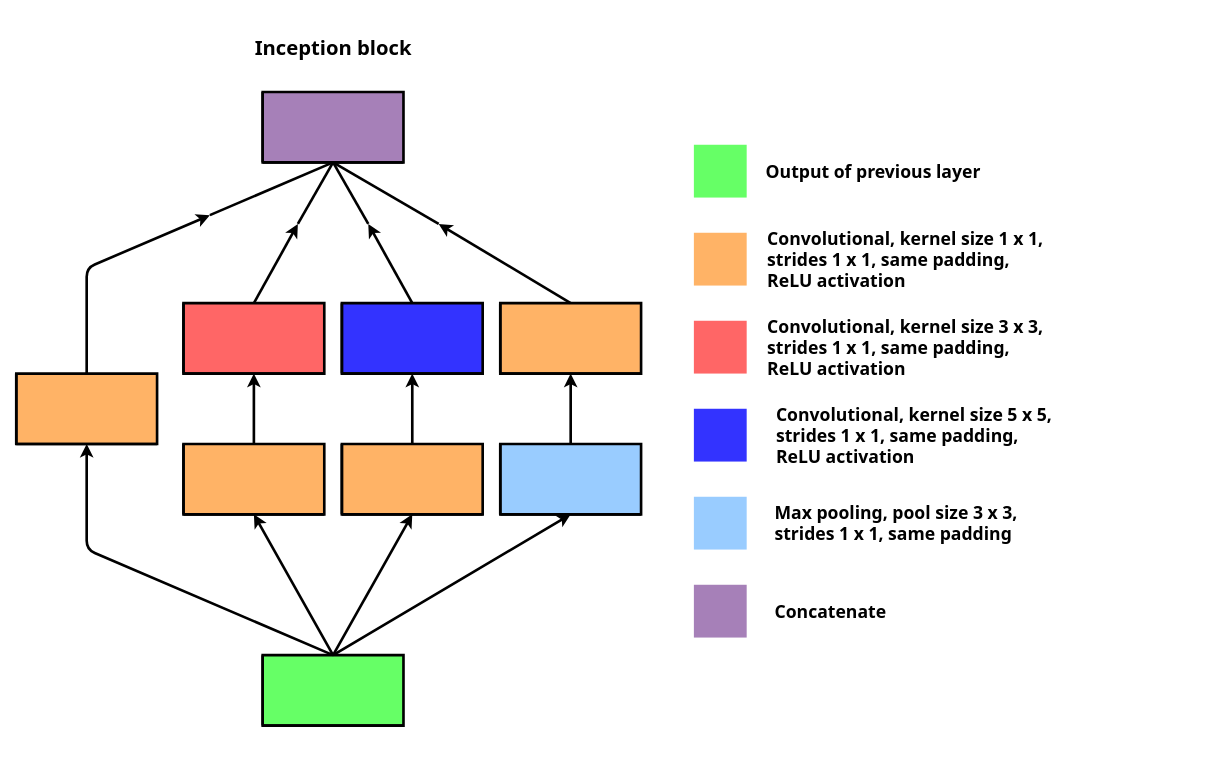
Earlier version of the draw.io diagram models/Phase classifiers/plots/architecture diagrams/inception_block.drawio (jjheaton99/Liquid-Crystals-DL). Source tidied: cells renumbered, new cells numbered last; positions are measured from the earlier drawing's top-left corner, leaving out a move shared by most shapes. Both pictures are drawn from the tidied source at 88%, with x=0, y=0 at pixel (16, 39).
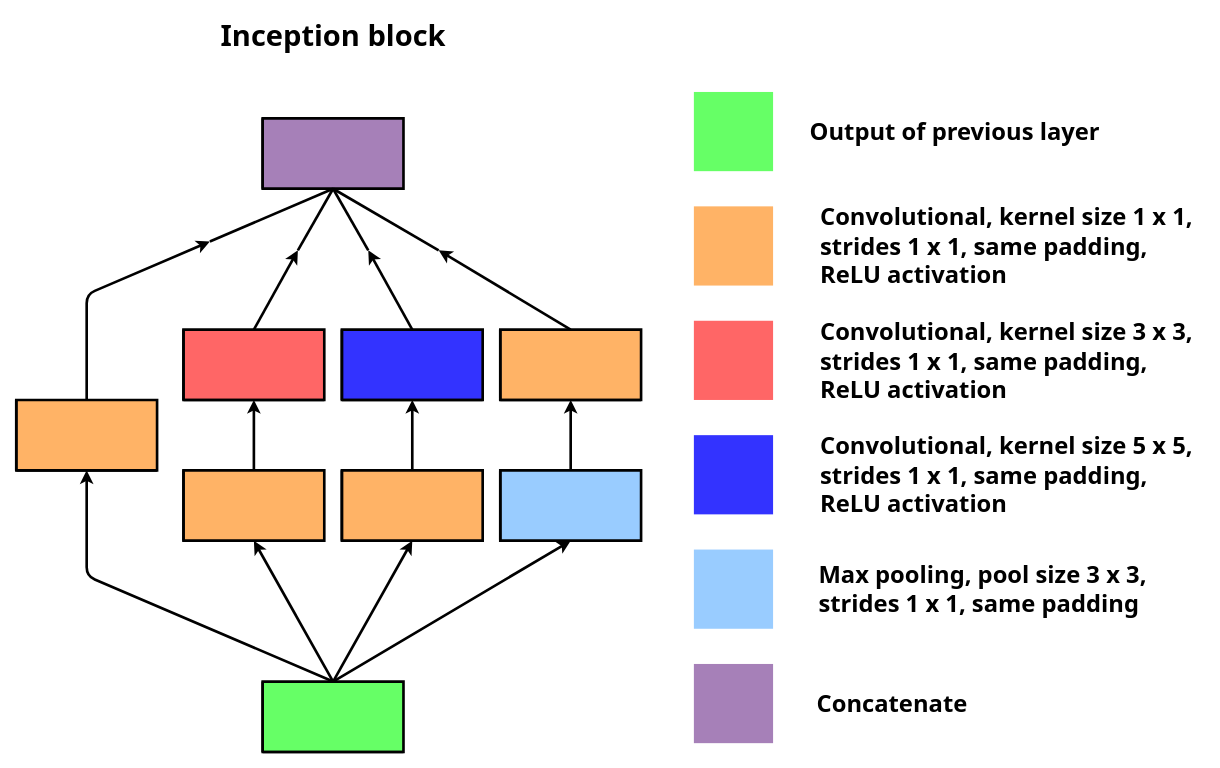
After the change.

What changed in the source:
```diff
@@
     <mxCell id="2" style="rounded=0;whiteSpace=wrap;html=1;strokeWidth=3;strokeColor=none;fillColor=#FF6666;" parent="1" vertex="1">
-      <mxGeometry x="770" y="320" width="60" height="60" as="geometry" />
+      <mxGeometry x="770" y="320" width="90" height="90" as="geometry" />
     </mxCell>
     <mxCell id="3" style="rounded=0;whiteSpace=wrap;html=1;strokeWidth=3;fillColor=#66FF66;strokeColor=none;" parent="1" vertex="1">
-      <mxGeometry x="770" y="120" width="60" height="60" as="geometry" />
+      <mxGeometry x="770" y="60" width="90" height="90" as="geometry" />
     </mxCell>
     <mxCell id="4" style="rounded=0;whiteSpace=wrap;html=1;strokeWidth=3;strokeColor=none;fillColor=#A680B8;" parent="1" vertex="1">
-      <mxGeometry x="770" y="620" width="60" height="60" as="geometry" />
+      <mxGeometry x="770" y="710" width="90" height="90" as="geometry" />
     </mxCell>
     <mxCell id="5" style="rounded=0;whiteSpace=wrap;html=1;strokeWidth=3;strokeColor=none;fillColor=#99CCFF;" parent="1" vertex="1">
-      <mxGeometry x="770" y="520" width="60" height="60" as="geometry" />
+      <mxGeometry x="770" y="580" width="90" height="90" as="geometry" />
     </mxCell>
     <mxCell id="6" style="rounded=0;whiteSpace=wrap;html=1;strokeWidth=3;strokeColor=none;fillColor=#3333FF;" parent="1" vertex="1">
-      <mxGeometry x="770" y="420" width="60" height="60" as="geometry" />
+      <mxGeometry x="770" y="450" width="90" height="90" as="geometry" />
     </mxCell>
     <mxCell id="7" style="rounded=0;whiteSpace=wrap;html=1;strokeWidth=3;strokeColor=none;fillColor=#FFB366;" parent="1" vertex="1">
-      <mxGeometry x="770" y="220" width="60" height="60" as="geometry" />
+      <mxGeometry x="770" y="190" width="90" height="90" as="geometry" />
     </mxCell>
-    <mxCell id="8" value="&lt;font face=&quot;Tahoma&quot;&gt;&lt;span style=&quot;font-size: 20px&quot;&gt;&lt;b&gt;Output of previous layer&lt;/b&gt;&lt;/span&gt;&lt;/font&gt;" style="text;html=1;align=left;verticalAlign=middle;" parent="1" vertex="1">
-      <mxGeometry x="850" y="140" width="260" height="20" as="geometry" />
+    <mxCell id="8" value="&lt;font face=&quot;Tahoma&quot; size=&quot;1&quot;&gt;&lt;b style=&quot;font-size: 27px&quot;&gt;Output of previous layer&lt;/b&gt;&lt;/font&gt;" style="text;html=1;align=left;verticalAlign=middle;" parent="1" vertex="1">
+      <mxGeometry x="900" y="90" width="340" height="30" as="geometry" />
     </mxCell>
-    <mxCell id="9" value="&lt;div style=&quot;text-align: left&quot;&gt;&lt;b style=&quot;font-size: 20px ; font-family: &amp;#34;tahoma&amp;#34;&quot;&gt;Convolutional, kernel size 3 x 3,&lt;/b&gt;&lt;/div&gt;&lt;font face=&quot;Tahoma&quot;&gt;&lt;div style=&quot;text-align: left&quot;&gt;&lt;b style=&quot;font-size: 20px&quot;&gt;strides 1 x 1, same padding,&amp;nbsp;&lt;/b&gt;&lt;/div&gt;&lt;div style=&quot;text-align: left&quot;&gt;&lt;b style=&quot;font-size: 20px&quot;&gt;ReLU activation&lt;/b&gt;&lt;/div&gt;&lt;/font&gt;" style="text;html=1;align=center;verticalAlign=middle;" parent="1" vertex="1">
-      <mxGeometry x="840" y="320" width="340" height="60" as="geometry" />
+    <mxCell id="9" value="&lt;div style=&quot;text-align: left ; font-size: 27px&quot;&gt;&lt;b style=&quot;font-family: &amp;#34;tahoma&amp;#34;&quot;&gt;&lt;font style=&quot;font-size: 27px&quot;&gt;Convolutional, kernel size 3 x 3,&lt;/font&gt;&lt;/b&gt;&lt;/div&gt;&lt;font face=&quot;Tahoma&quot; style=&quot;font-size: 27px&quot;&gt;&lt;div style=&quot;text-align: left&quot;&gt;&lt;b&gt;strides 1 x 1, same padding,&amp;nbsp;&lt;/b&gt;&lt;/div&gt;&lt;div style=&quot;text-align: left&quot;&gt;&lt;b&gt;ReLU activation&lt;/b&gt;&lt;/div&gt;&lt;/font&gt;" style="text;html=1;align=center;verticalAlign=middle;" parent="1" vertex="1">
+      <mxGeometry x="900" y="340" width="450" height="50" as="geometry" />
     </mxCell>
-    <mxCell id="10" value="&lt;font face=&quot;Tahoma&quot;&gt;&lt;span style=&quot;font-size: 20px&quot;&gt;&lt;b&gt;Max pooling, pool size 3 x 3, &lt;br&gt;strides 1 x 1, same padding&amp;nbsp;&lt;/b&gt;&lt;/span&gt;&lt;/font&gt;" style="text;html=1;align=left;verticalAlign=middle;" parent="1" vertex="1">
-      <mxGeometry x="860" y="530" width="300" height="40" as="geometry" />
+    <mxCell id="10" value="&lt;font face=&quot;Tahoma&quot;&gt;&lt;span style=&quot;font-size: 27px&quot;&gt;&lt;b&gt;Max pooling, pool size 3 x 3, &lt;br&gt;strides 1 x 1, same padding&amp;nbsp;&lt;/b&gt;&lt;/span&gt;&lt;/font&gt;" style="text;html=1;align=left;verticalAlign=middle;" parent="1" vertex="1">
+      <mxGeometry x="910" y="600" width="400" height="50" as="geometry" />
     </mxCell>
-    <mxCell id="11" value="&lt;font face=&quot;Tahoma&quot;&gt;&lt;span style=&quot;font-size: 20px&quot;&gt;&lt;b&gt;Concatenate&lt;br&gt;&lt;/b&gt;&lt;/span&gt;&lt;/font&gt;" style="text;html=1;align=center;verticalAlign=middle;" parent="1" vertex="1">
-      <mxGeometry x="855" y="640" width="140" height="20" as="geometry" />
+    <mxCell id="11" value="&lt;font face=&quot;Tahoma&quot;&gt;&lt;b&gt;&lt;font style=&quot;font-size: 27px&quot;&gt;Concatenate&lt;/font&gt;&lt;br&gt;&lt;/b&gt;&lt;/font&gt;" style="text;html=1;align=center;verticalAlign=middle;" parent="1" vertex="1">
+      <mxGeometry x="900" y="740" width="190" height="30" as="geometry" />
     </mxCell>
-    <mxCell id="12" value="&lt;div style=&quot;text-align: left&quot;&gt;&lt;div&gt;&lt;b style=&quot;font-size: 20px ; font-family: &amp;#34;tahoma&amp;#34;&quot;&gt;Convolutional, kernel size 1 x 1,&lt;/b&gt;&lt;/div&gt;&lt;font face=&quot;Tahoma&quot; style=&quot;text-align: center&quot;&gt;&lt;div style=&quot;text-align: left&quot;&gt;&lt;b style=&quot;font-size: 20px&quot;&gt;strides 1 x 1, same padding,&amp;nbsp;&lt;/b&gt;&lt;/div&gt;&lt;div style=&quot;text-align: left&quot;&gt;&lt;b style=&quot;font-size: 20px&quot;&gt;ReLU activation&lt;/b&gt;&lt;/div&gt;&lt;/font&gt;&lt;/div&gt;" style="text;html=1;align=center;verticalAlign=middle;" parent="1" vertex="1">
-      <mxGeometry x="840" y="220" width="340" height="60" as="geometry" />
+    <mxCell id="12" value="&lt;div style=&quot;text-align: left ; font-size: 27px&quot;&gt;&lt;div&gt;&lt;b style=&quot;font-family: &amp;#34;tahoma&amp;#34;&quot;&gt;Convolutional, kernel size 1 x 1,&lt;/b&gt;&lt;/div&gt;&lt;font face=&quot;Tahoma&quot; style=&quot;text-align: center ; font-size: 27px&quot;&gt;&lt;div style=&quot;text-align: left&quot;&gt;&lt;b&gt;strides 1 x 1, same padding,&amp;nbsp;&lt;/b&gt;&lt;/div&gt;&lt;div style=&quot;text-align: left&quot;&gt;&lt;b&gt;ReLU activation&lt;/b&gt;&lt;/div&gt;&lt;/font&gt;&lt;/div&gt;" style="text;html=1;align=center;verticalAlign=middle;" parent="1" vertex="1">
+      <mxGeometry x="900" y="210" width="450" height="50" as="geometry" />
     </mxCell>
-    <mxCell id="13" value="&lt;div style=&quot;text-align: left&quot;&gt;&lt;b style=&quot;font-size: 20px ; font-family: &amp;#34;tahoma&amp;#34;&quot;&gt;Convolutional, kernel size 5 x 5,&lt;/b&gt;&lt;/div&gt;&lt;font face=&quot;Tahoma&quot;&gt;&lt;div style=&quot;text-align: left&quot;&gt;&lt;b style=&quot;font-size: 20px&quot;&gt;strides 1 x 1, same padding,&amp;nbsp;&lt;/b&gt;&lt;/div&gt;&lt;div style=&quot;text-align: left&quot;&gt;&lt;b style=&quot;font-size: 20px&quot;&gt;ReLU activation&lt;/b&gt;&lt;/div&gt;&lt;/font&gt;" style="text;html=1;align=center;verticalAlign=middle;" parent="1" vertex="1">
-      <mxGeometry x="850" y="420" width="340" height="60" as="geometry" />
+    <mxCell id="13" value="&lt;div style=&quot;text-align: left ; font-size: 27px&quot;&gt;&lt;b style=&quot;font-family: &amp;#34;tahoma&amp;#34;&quot;&gt;&lt;font style=&quot;font-size: 27px&quot;&gt;Convolutional, kernel size 5 x 5,&lt;/font&gt;&lt;/b&gt;&lt;/div&gt;&lt;font face=&quot;Tahoma&quot; style=&quot;font-size: 27px&quot;&gt;&lt;div style=&quot;text-align: left&quot;&gt;&lt;b&gt;strides 1 x 1, same padding,&amp;nbsp;&lt;/b&gt;&lt;/div&gt;&lt;div style=&quot;text-align: left&quot;&gt;&lt;b&gt;ReLU activation&lt;/b&gt;&lt;/div&gt;&lt;/font&gt;" style="text;html=1;align=center;verticalAlign=middle;" parent="1" vertex="1">
+      <mxGeometry x="900" y="470" width="450" height="50" as="geometry" />
     </mxCell>
-    <mxCell id="14" value="&lt;font face=&quot;Tahoma&quot; size=&quot;1&quot;&gt;&lt;b style=&quot;font-size: 23px&quot;&gt;Inception block&lt;br&gt;&lt;/b&gt;&lt;/font&gt;" style="text;html=1;align=center;verticalAlign=middle;" parent="1" vertex="1">
-      <mxGeometry x="260" width="200" height="20" as="geometry" />
+    <mxCell id="14" value="&lt;font face=&quot;Tahoma&quot; size=&quot;1&quot;&gt;&lt;b style=&quot;font-size: 33px&quot;&gt;Inception block&lt;br&gt;&lt;/b&gt;&lt;/font&gt;" style="text;html=1;align=center;verticalAlign=middle;" parent="1" vertex="1">
+      <mxGeometry x="225" y="-20" width="270" height="30" as="geometry" />
     </mxCell>
     <mxCell id="15" style="shape=cube;whiteSpace=wrap;html=1;boundedLbl=1;backgroundOutline=1;darkOpacity=0.05;darkOpacity2=0.1;size=0;fillColor=#66FF66;strokeWidth=3;flipH=1;flipV=1;direction=south;" parent="1" vertex="1">
-      <mxGeometry x="280" y="700" width="160" height="80" as="geometry" />
+      <mxGeometry x="280" y="730" width="160" height="80" as="geometry" />
     </mxCell>
     <mxCell id="16" style="shape=cube;whiteSpace=wrap;html=1;boundedLbl=1;backgroundOutline=1;darkOpacity=0.05;darkOpacity2=0.1;size=0;strokeWidth=3;flipH=1;flipV=1;direction=south;fillColor=#FFB366;" parent="1" vertex="1">
-      <mxGeometry x="190" y="460" width="160" height="80" as="geometry" />
+      <mxGeometry x="190" y="490" width="160" height="80" as="geometry" />
     </mxCell>
     <mxCell id="17" style="shape=cube;whiteSpace=wrap;html=1;boundedLbl=1;backgroundOutline=1;darkOpacity=0.05;darkOpacity2=0.1;size=0;strokeWidth=3;flipH=1;flipV=1;direction=south;fillColor=#FFB366;" parent="1" vertex="1">
-      <mxGeometry x="370" y="460" width="160" height="80" as="geometry" />
+      <mxGeometry x="370" y="490" width="160" height="80" as="geometry" />
     </mxCell>
     <mxCell id="18" style="shape=cube;whiteSpace=wrap;html=1;boundedLbl=1;backgroundOutline=1;darkOpacity=0.05;darkOpacity2=0.1;size=0;strokeWidth=3;flipH=1;flipV=1;direction=south;fillColor=#99CCFF;" parent="1" vertex="1">
-      <mxGeometry x="550" y="460" width="160" height="80" as="geometry" />
+      <mxGeometry x="550" y="490" width="160" height="80" as="geometry" />
     </mxCell>
     <mxCell id="19" style="shape=cube;whiteSpace=wrap;html=1;boundedLbl=1;backgroundOutline=1;darkOpacity=0.05;darkOpacity2=0.1;size=0;strokeWidth=3;flipH=1;flipV=1;direction=south;fillColor=#FFB366;" parent="1" vertex="1">
-      <mxGeometry y="380" width="160" height="80" as="geometry" />
+      <mxGeometry y="410" width="160" height="80" as="geometry" />
     </mxCell>
     <mxCell id="20" style="shape=cube;whiteSpace=wrap;html=1;boundedLbl=1;backgroundOutline=1;darkOpacity=0.05;darkOpacity2=0.1;size=0;strokeWidth=3;flipH=1;flipV=1;direction=south;fillColor=#FF6666;" parent="1" vertex="1">
-      <mxGeometry x="190" y="300" width="160" height="80" as="geometry" />
+      <mxGeometry x="190" y="330" width="160" height="80" as="geometry" />
     </mxCell>
     <mxCell id="21" style="shape=cube;whiteSpace=wrap;html=1;boundedLbl=1;backgroundOutline=1;darkOpacity=0.05;darkOpacity2=0.1;size=0;strokeWidth=3;flipH=1;flipV=1;direction=south;fillColor=#3333FF;" parent="1" vertex="1">
-      <mxGeometry x="370" y="300" width="160" height="80" as="geometry" />
+      <mxGeometry x="370" y="330" width="160" height="80" as="geometry" />
     </mxCell>
     <mxCell id="22" style="shape=cube;whiteSpace=wrap;html=1;boundedLbl=1;backgroundOutline=1;darkOpacity=0.05;darkOpacity2=0.1;size=0;strokeWidth=3;flipH=1;flipV=1;direction=south;fillColor=#FFB366;" parent="1" vertex="1">
-      <mxGeometry x="550" y="300" width="160" height="80" as="geometry" />
+      <mxGeometry x="550" y="330" width="160" height="80" as="geometry" />
     </mxCell>
     <mxCell id="23" style="shape=cube;whiteSpace=wrap;html=1;boundedLbl=1;backgroundOutline=1;darkOpacity=0.05;darkOpacity2=0.1;size=0;strokeWidth=3;flipH=1;flipV=1;direction=south;fillColor=#A680B8;" parent="1" vertex="1">
-      <mxGeometry x="280" y="60" width="160" height="80" as="geometry" />
+      <mxGeometry x="280" y="90" width="160" height="80" as="geometry" />
     </mxCell>
     <mxCell id="24" style="endArrow=classic;html=1;entryX=0;entryY=0;entryDx=0;entryDy=80;entryPerimeter=0;strokeWidth=3;exitX=0;exitY=0;exitDx=80;exitDy=80;exitPerimeter=0;" parent="1" edge="1" source="15" target="17">
-      <mxGeometry x="30" y="90" as="geometry" />
+      <mxGeometry x="30" y="120" as="geometry" />
     </mxCell>
     <mxCell id="25" style="endArrow=classic;html=1;entryX=0;entryY=0;entryDx=0;entryDy=80;entryPerimeter=0;strokeWidth=3;exitX=0;exitY=0;exitDx=80;exitDy=80;exitPerimeter=0;" parent="1" edge="1" source="15" target="16">
-      <mxGeometry x="30" y="90" as="geometry" />
+      <mxGeometry x="30" y="120" as="geometry" />
     </mxCell>
     <mxCell id="26" style="endArrow=classic;html=1;entryX=0;entryY=0;entryDx=0;entryDy=80;entryPerimeter=0;strokeWidth=3;exitX=0;exitY=0;exitDx=80;exitDy=80;exitPerimeter=0;" parent="1" edge="1" source="15" target="18">
-      <mxGeometry x="30" y="90" as="geometry" />
+      <mxGeometry x="30" y="120" as="geometry" />
     </mxCell>
     <mxCell id="27" style="endArrow=classic;html=1;entryX=0;entryY=0;entryDx=0;entryDy=80;entryPerimeter=0;strokeWidth=3;exitX=0;exitY=0;exitDx=80;exitDy=80;exitPerimeter=0;" parent="1" edge="1" source="15" target="19">
-      <mxGeometry x="30" y="90" as="geometry">
+      <mxGeometry x="30" y="120" as="geometry">
         <Array as="points">
-          <mxPoint x="80" y="580" />
+          <mxPoint x="80" y="610" />
         </Array>
       </mxGeometry>
     </mxCell>
     <mxCell id="28" style="endArrow=classic;html=1;strokeWidth=3;exitX=0;exitY=0;exitDx=80;exitDy=80;exitPerimeter=0;" parent="1" edge="1" source="19">
-      <mxGeometry x="30" y="90" as="geometry">
-        <mxPoint x="220" y="200" as="targetPoint" />
+      <mxGeometry x="30" y="120" as="geometry">
+        <mxPoint x="220" y="230" as="targetPoint" />
         <Array as="points">
-          <mxPoint x="80" y="260" />
+          <mxPoint x="80" y="290" />
         </Array>
       </mxGeometry>
     </mxCell>
     <mxCell id="29" style="endArrow=classic;html=1;entryX=0;entryY=0;entryDx=0;entryDy=80;entryPerimeter=0;strokeWidth=3;" parent="1" edge="1" target="20">
-      <mxGeometry x="30" y="90" as="geometry">
-        <mxPoint x="270" y="460" as="sourcePoint" />
+      <mxGeometry x="30" y="120" as="geometry">
+        <mxPoint x="270" y="490" as="sourcePoint" />
       </mxGeometry>
     </mxCell>
     <mxCell id="30" style="endArrow=classic;html=1;entryX=0;entryY=0;entryDx=0;entryDy=80;entryPerimeter=0;strokeWidth=3;exitX=0;exitY=0;exitDx=80;exitDy=80;exitPerimeter=0;" parent="1" edge="1" source="17" target="21">
-      <mxGeometry x="30" y="90" as="geometry" />
+      <mxGeometry x="30" y="120" as="geometry" />
     </mxCell>
     <mxCell id="31" style="endArrow=classic;html=1;entryX=0;entryY=0;entryDx=0;entryDy=80;entryPerimeter=0;strokeWidth=3;exitX=0;exitY=0;exitDx=80;exitDy=80;exitPerimeter=0;" parent="1" edge="1" source="18" target="22">
-      <mxGeometry x="30" y="90" as="geometry" />
+      <mxGeometry x="30" y="120" as="geometry" />
     </mxCell>
     <mxCell id="32" style="endArrow=classic;html=1;strokeWidth=3;exitX=0;exitY=0;exitDx=80;exitDy=80;exitPerimeter=0;" parent="1" edge="1" source="20">
-      <mxGeometry x="30" y="90" as="geometry">
-        <mxPoint x="320" y="210" as="targetPoint" />
+      <mxGeometry x="30" y="120" as="geometry">
+        <mxPoint x="320" y="240" as="targetPoint" />
       </mxGeometry>
     </mxCell>
     <mxCell id="33" style="endArrow=classic;html=1;strokeWidth=3;exitX=0;exitY=0;exitDx=80;exitDy=80;exitPerimeter=0;" parent="1" edge="1" source="21">
-      <mxGeometry x="30" y="90" as="geometry">
-        <mxPoint x="400" y="210" as="targetPoint" />
+      <mxGeometry x="30" y="120" as="geometry">
+        <mxPoint x="400" y="240" as="targetPoint" />
       </mxGeometry>
     </mxCell>
     <mxCell id="34" style="endArrow=classic;html=1;strokeWidth=3;exitX=0;exitY=0;exitDx=80;exitDy=80;exitPerimeter=0;" parent="1" edge="1" source="22">
-      <mxGeometry x="30" y="90" as="geometry">
-        <mxPoint x="480" y="210" as="targetPoint" />
+      <mxGeometry x="30" y="120" as="geometry">
+        <mxPoint x="480" y="240" as="targetPoint" />
       </mxGeometry>
     </mxCell>
     <mxCell id="35" style="endArrow=none;html=1;strokeWidth=3;entryX=0;entryY=0;entryDx=0;entryDy=80;entryPerimeter=0;" parent="1" edge="1" target="23">
-      <mxGeometry x="30" y="90" as="geometry">
-        <mxPoint x="220" y="200" as="sourcePoint" />
+      <mxGeometry x="30" y="120" as="geometry">
+        <mxPoint x="220" y="230" as="sourcePoint" />
       </mxGeometry>
     </mxCell>
     <mxCell id="36" style="endArrow=none;html=1;strokeWidth=3;" parent="1" edge="1">
-      <mxGeometry x="30" y="90" as="geometry">
-        <mxPoint x="320" y="210" as="sourcePoint" />
-        <mxPoint x="360" y="140" as="targetPoint" />
+      <mxGeometry x="30" y="120" as="geometry">
+        <mxPoint x="320" y="240" as="sourcePoint" />
+        <mxPoint x="360" y="170" as="targetPoint" />
       </mxGeometry>
     </mxCell>
     <mxCell id="37" style="endArrow=none;html=1;strokeWidth=3;exitX=0;exitY=0;exitDx=0;exitDy=80;exitPerimeter=0;" parent="1" edge="1" source="23">
-      <mxGeometry x="30" y="90" as="geometry">
-        <mxPoint x="400" y="210" as="targetPoint" />
+      <mxGeometry x="30" y="120" as="geometry">
+        <mxPoint x="400" y="240" as="targetPoint" />
       </mxGeometry>
     </mxCell>
     <mxCell id="38" style="endArrow=none;html=1;strokeWidth=3;" parent="1" edge="1">
-      <mxGeometry x="30" y="90" as="geometry">
-        <mxPoint x="360" y="140" as="sourcePoint" />
-        <mxPoint x="480" y="210" as="targetPoint" />
+      <mxGeometry x="30" y="120" as="geometry">
+        <mxPoint x="360" y="170" as="sourcePoint" />
+        <mxPoint x="480" y="240" as="targetPoint" />
       </mxGeometry>
     </mxCell>
```
